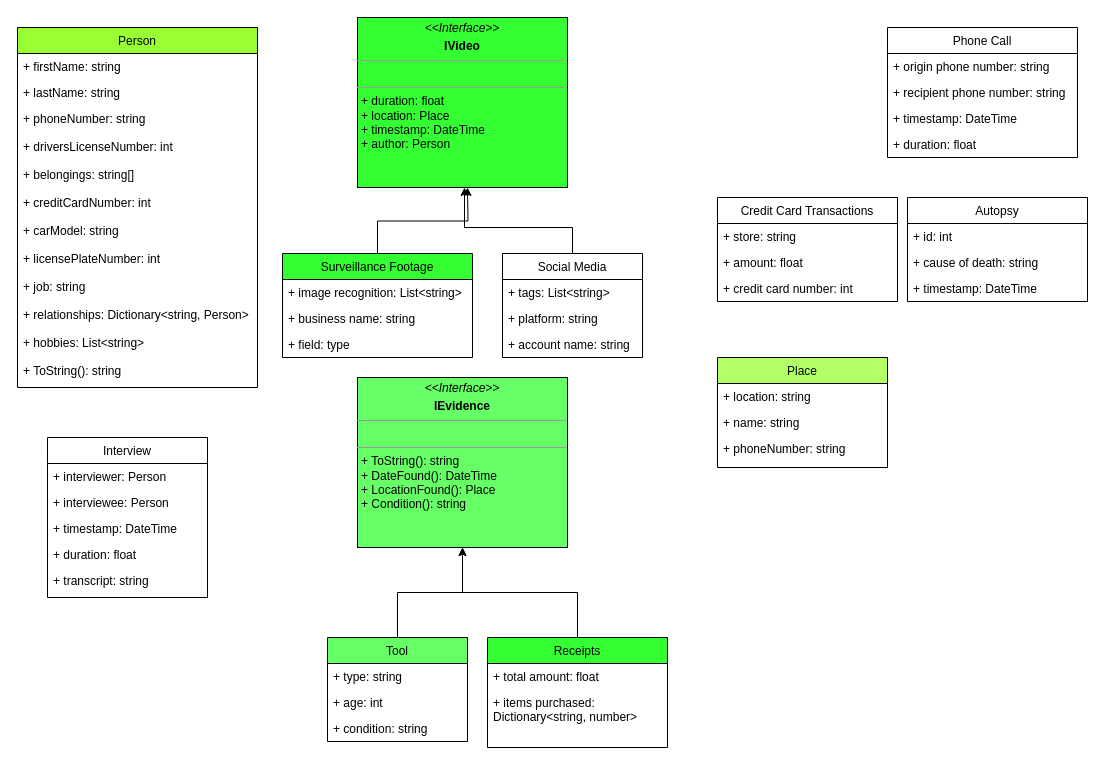
The draw.io diagram murdermystery.drawio in kirakirakira/urban-pancake, before the edit. Source tidied: cells renumbered, new cells numbered last; positions are measured from the earlier drawing's top-left corner, leaving out a move shared by most shapes. Both pictures are drawn from the tidied source at 100%, with x=0, y=0 at pixel (17, 17).
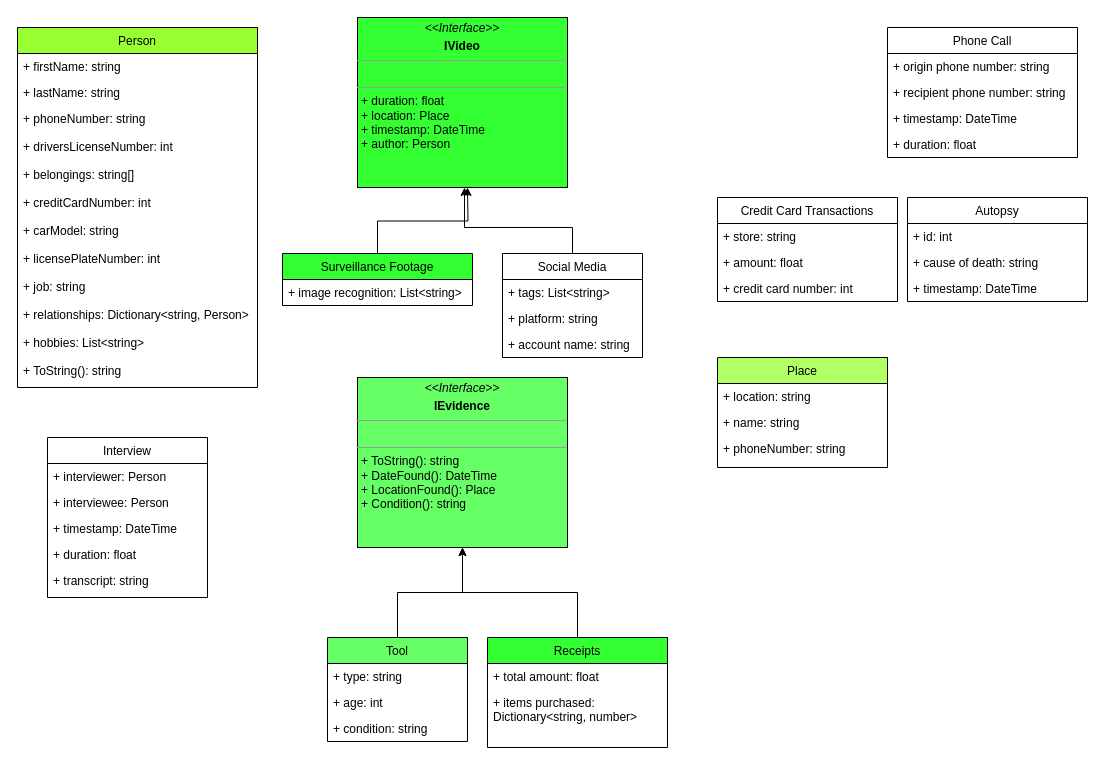
The same diagram, later.

Change to the diagram source:
```diff
@@
     <mxCell id="24" value="Surveillance Footage" style="swimlane;fontStyle=0;horizontal=1;startSize=26;fillColor=#33FF33;" parent="1" vertex="1">
-      <mxGeometry x="265" y="236" width="190" height="104" as="geometry" />
+      <mxGeometry x="265" y="236" width="190" height="52" as="geometry" />
     </mxCell>
@@
-    <mxCell id="26" value="+ business name: string" style="text;strokeColor=none;fillColor=none;align=left;verticalAlign=top;spacingLeft=4;spacingRight=4;overflow=hidden;" parent="24" vertex="1">
-      <mxGeometry y="52" width="190" height="26" as="geometry" />
-    </mxCell>
-    <mxCell id="27" value="+ field: type" style="text;strokeColor=none;fillColor=none;align=left;verticalAlign=top;spacingLeft=4;spacingRight=4;overflow=hidden;" parent="24" vertex="1">
-      <mxGeometry y="78" width="190" height="26" as="geometry" />
-    </mxCell>
```
